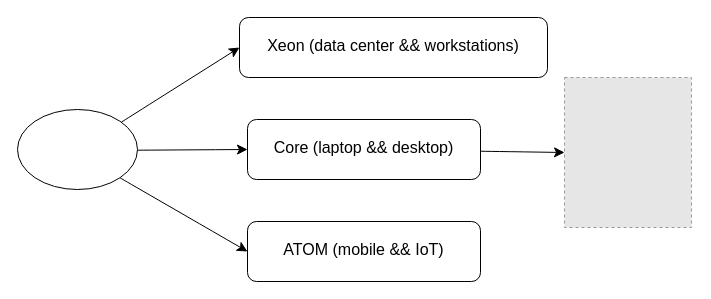
Earlier version of the draw.io diagram Intel CPU.drawio (Gsimt/draw.io). Source tidied: cells renumbered, new cells numbered last; positions are measured from the earlier drawing's top-left corner, leaving out a move shared by most shapes. Both pictures are drawn from the tidied source at 100%, with x=0, y=0 at pixel (17, 17). Pictures stored in the file or linked from it are replaced by grey dashed boxes.
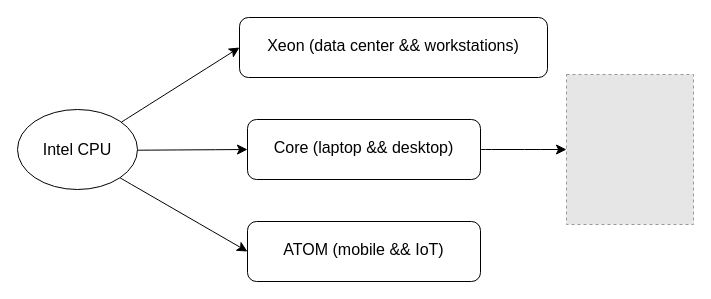
The same diagram, later.

Diff of the diagram source:
```diff
@@
 <mxGraphModel>
   <root>
     <mxCell id="0" />
     <mxCell id="1" parent="0" />
     <mxCell id="2" style="edgeStyle=none;curved=1;rounded=0;jettySize=auto;html=1;fontSize=12;startSize=8;endSize=8;entryX=0;entryY=0.5;entryDx=0;entryDy=0;" parent="1" edge="1" source="5" target="6">
       <mxGeometry relative="1" as="geometry" />
     </mxCell>
     <mxCell id="3" style="edgeStyle=none;curved=1;rounded=0;jettySize=auto;html=1;fontSize=12;startSize=8;endSize=8;" parent="1" edge="1" source="5" target="8">
       <mxGeometry relative="1" as="geometry" />
     </mxCell>
     <mxCell id="4" style="edgeStyle=none;curved=1;rounded=0;jettySize=auto;html=1;exitX=1;exitY=1;exitDx=0;exitDy=0;entryX=0;entryY=0.5;entryDx=0;entryDy=0;fontSize=12;startSize=8;endSize=8;" parent="1" edge="1" source="5" target="9">
       <mxGeometry relative="1" as="geometry" />
     </mxCell>
-    <mxCell id="5" style="ellipse;whiteSpace=wrap;html=1;fontSize=16;" parent="1" vertex="1">
+    <mxCell id="5" value="Intel CPU" style="ellipse;whiteSpace=wrap;html=1;fontSize=16;" parent="1" vertex="1">
       <mxGeometry y="92" width="120" height="80" as="geometry" />
     </mxCell>
     <mxCell id="6" value="&lt;p style=&quot;font-size: medium; margin: 0px; line-height: 1px;&quot; align=&quot;center&quot;&gt;Xeon (data center &amp;amp;&amp;amp; workstations)&lt;/p&gt;" style="rounded=1;whiteSpace=wrap;html=1;fontSize=16;" parent="1" vertex="1">
       <mxGeometry x="222" width="308" height="60" as="geometry" />
     </mxCell>
     <mxCell id="7" style="edgeStyle=none;curved=1;rounded=0;jettySize=auto;html=1;entryX=0;entryY=0.5;entryDx=0;entryDy=0;fontSize=12;startSize=8;endSize=8;" parent="1" edge="1" source="8" target="10">
       <mxGeometry relative="1" as="geometry" />
     </mxCell>
     <mxCell id="8" value="&lt;p style=&quot;font-size: medium; margin: 0px; line-height: 1px;&quot; align=&quot;center&quot;&gt;Core (laptop &amp;amp;&amp;amp; desktop)&lt;/p&gt;" style="rounded=1;whiteSpace=wrap;html=1;fontSize=16;" parent="1" vertex="1">
       <mxGeometry x="230" y="102" width="233" height="60" as="geometry" />
     </mxCell>
     <mxCell id="9" value="&lt;p style=&quot;font-size: medium; margin: 0px; line-height: 1px;&quot; align=&quot;center&quot;&gt;ATOM (mobile &amp;amp;&amp;amp; IoT)&lt;/p&gt;" style="rounded=1;whiteSpace=wrap;html=1;fontSize=16;" parent="1" vertex="1">
       <mxGeometry x="230" y="204" width="233" height="60" as="geometry" />
     </mxCell>
     <mxCell id="10" style="fillColor=#E6E6E6;strokeColor=#999999;dashed=1;verticalLabelPosition=bottom;labelBackgroundColor=default;verticalAlign=top;" parent="1" vertex="1">
-      <mxGeometry x="547" y="60" width="127" height="150" as="geometry" />
+      <mxGeometry x="549" y="57" width="127" height="150" as="geometry" />
     </mxCell>
   </root>
 </mxGraphModel>
```
